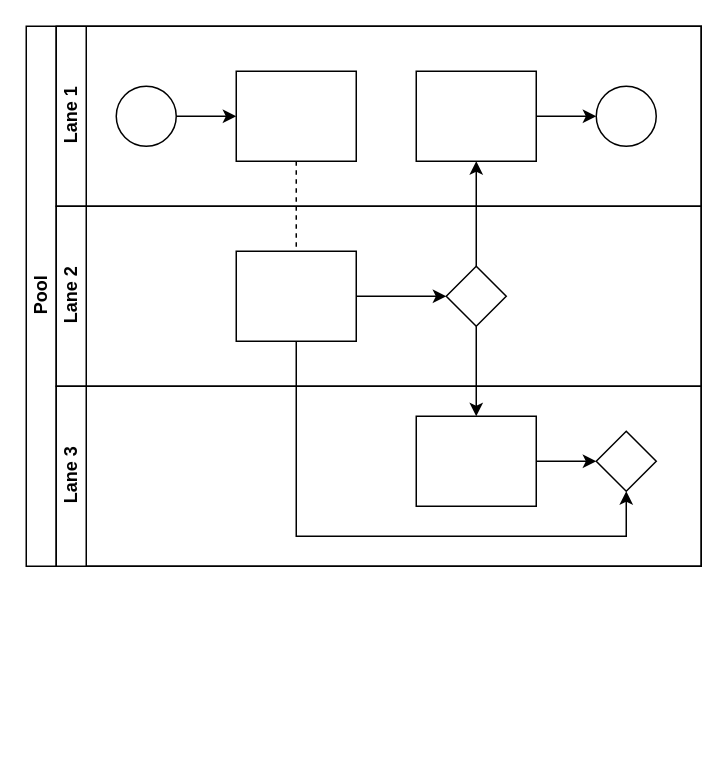
ztfmars/backgroundRemoval keeps this draw.io diagram as page "Page-1" (1 of 2) of 未命名绘图.drawio. Above is the earlier version. Source tidied: cells renumbered, new cells numbered last; positions are measured from the earlier drawing's top-left corner, leaving out a move shared by most shapes. Both pictures are drawn from the tidied source at 150%, with x=0, y=0 at pixel (26, 26).
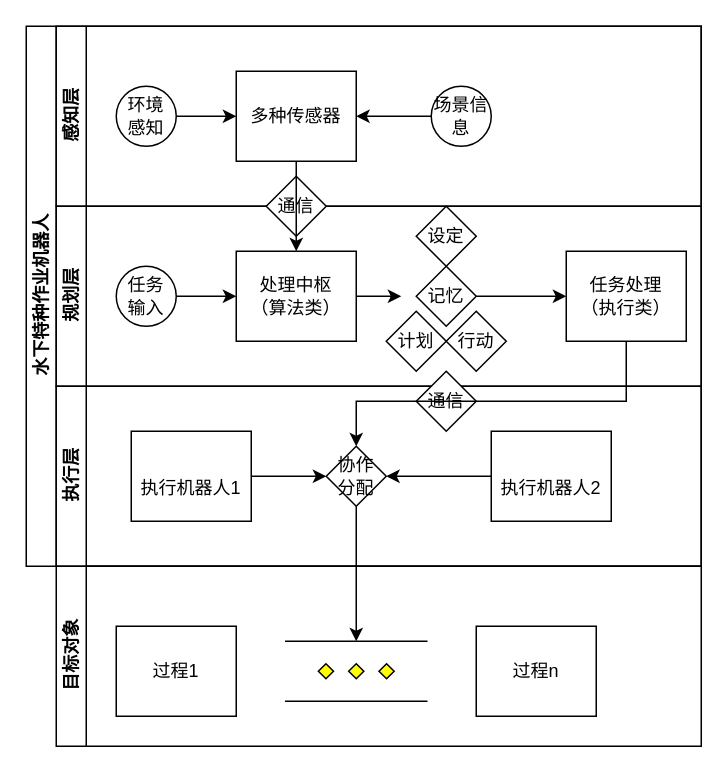
The same page after the edit.

Commit message:
更新未命名绘图.drawio

The edit, as a diff of the source:
```diff
@@
-    <mxCell id="2" value="Pool" style="swimlane;html=1;horizontal=0;startSize=20;" parent="1" vertex="1">
+    <mxCell id="2" value="水下特种作业机器人" style="swimlane;html=1;horizontal=0;startSize=20;" parent="1" vertex="1">
       <mxGeometry width="450" height="360" as="geometry" />
     </mxCell>
-    <mxCell id="3" style="edgeStyle=orthogonalEdgeStyle;rounded=0;jettySize=auto;html=1;dashed=1;endArrow=none;endFill=0;" parent="2" edge="1" source="10" target="16">
-      <mxGeometry relative="1" as="geometry" />
-    </mxCell>
-    <mxCell id="4" style="edgeStyle=orthogonalEdgeStyle;rounded=0;jettySize=auto;html=1;endArrow=classic;endFill=1;" parent="2" edge="1" source="17" target="12">
-      <mxGeometry relative="1" as="geometry" />
-    </mxCell>
-    <mxCell id="5" style="edgeStyle=orthogonalEdgeStyle;rounded=0;jettySize=auto;html=1;endArrow=classic;endFill=1;" parent="2" edge="1" source="17" target="20">
-      <mxGeometry relative="1" as="geometry" />
-    </mxCell>
-    <mxCell id="6" style="edgeStyle=orthogonalEdgeStyle;rounded=0;jettySize=auto;html=1;endArrow=classic;endFill=1;" parent="2" edge="1" source="16" target="21">
-      <mxGeometry relative="1" as="geometry">
-        <Array as="points">
-          <mxPoint x="180" y="340" />
-          <mxPoint x="400" y="340" />
-        </Array>
-      </mxGeometry>
-    </mxCell>
-    <mxCell id="7" value="Lane 1" style="swimlane;html=1;startSize=20;horizontal=0;" parent="2" vertex="1">
+    <mxCell id="7" value="感知层" style="swimlane;html=1;startSize=20;horizontal=0;" parent="2" vertex="1">
       <mxGeometry x="20" width="430" height="120" as="geometry" />
     </mxCell>
@@
-    <mxCell id="9" style="ellipse;whiteSpace=wrap;html=1;" parent="7" vertex="1">
+    <mxCell id="9" value="环境&lt;div&gt;感知&lt;/div&gt;" style="ellipse;whiteSpace=wrap;html=1;" parent="7" vertex="1">
       <mxGeometry x="40" y="40" width="40" height="40" as="geometry" />
     </mxCell>
-    <mxCell id="10" style="rounded=0;whiteSpace=wrap;html=1;fontFamily=Helvetica;fontSize=12;fontColor=#000000;align=center;" parent="7" vertex="1">
+    <mxCell id="10" value="多种传感器" style="rounded=0;whiteSpace=wrap;html=1;fontFamily=Helvetica;fontSize=12;fontColor=#000000;align=center;" parent="7" vertex="1">
       <mxGeometry x="120" y="30" width="80" height="60" as="geometry" />
     </mxCell>
-    <mxCell id="11" style="edgeStyle=orthogonalEdgeStyle;rounded=0;jettySize=auto;html=1;endArrow=classic;endFill=1;" parent="7" edge="1" source="12" target="13">
-      <mxGeometry relative="1" as="geometry" />
-    </mxCell>
-    <mxCell id="12" style="rounded=0;whiteSpace=wrap;html=1;fontFamily=Helvetica;fontSize=12;fontColor=#000000;align=center;" parent="7" vertex="1">
-      <mxGeometry x="240" y="30" width="80" height="60" as="geometry" />
-    </mxCell>
+    <mxCell id="22" style="edgeStyle=orthogonalEdgeStyle;rounded=0;jettySize=auto;html=1;" parent="7" edge="1" source="13" target="10">
+      <mxGeometry relative="1" as="geometry" />
+    </mxCell>
-    <mxCell id="13" style="ellipse;whiteSpace=wrap;html=1;" parent="7" vertex="1">
-      <mxGeometry x="360" y="40" width="40" height="40" as="geometry" />
+    <mxCell id="13" value="场景信息" style="ellipse;whiteSpace=wrap;html=1;" parent="7" vertex="1">
+      <mxGeometry x="250" y="40" width="40" height="40" as="geometry" />
     </mxCell>
-    <mxCell id="14" value="Lane 2" style="swimlane;html=1;startSize=20;horizontal=0;" parent="2" vertex="1">
+    <mxCell id="14" value="规划层" style="swimlane;html=1;startSize=20;horizontal=0;" parent="2" vertex="1">
       <mxGeometry x="20" y="120" width="430" height="120" as="geometry" />
     </mxCell>
-    <mxCell id="15" style="edgeStyle=orthogonalEdgeStyle;rounded=0;jettySize=auto;html=1;endArrow=classic;endFill=1;" parent="14" edge="1" source="16" target="17">
-      <mxGeometry relative="1" as="geometry" />
+    <mxCell id="15" style="edgeStyle=orthogonalEdgeStyle;rounded=0;jettySize=auto;html=1;endArrow=classic;endFill=1;" parent="14" edge="1" source="16">
+      <mxGeometry relative="1" as="geometry">
+        <mxPoint x="230" y="60" as="targetPoint" />
+      </mxGeometry>
     </mxCell>
-    <mxCell id="16" style="rounded=0;whiteSpace=wrap;html=1;fontFamily=Helvetica;fontSize=12;fontColor=#000000;align=center;" parent="14" vertex="1">
+    <mxCell id="16" value="处理中枢&lt;div&gt;（算法类）&lt;/div&gt;" style="rounded=0;whiteSpace=wrap;html=1;fontFamily=Helvetica;fontSize=12;fontColor=#000000;align=center;" parent="14" vertex="1">
       <mxGeometry x="120" y="30" width="80" height="60" as="geometry" />
     </mxCell>
-    <mxCell id="17" style="rhombus;whiteSpace=wrap;html=1;fontFamily=Helvetica;fontSize=12;fontColor=#000000;align=center;" parent="14" vertex="1">
-      <mxGeometry x="260" y="40" width="40" height="40" as="geometry" />
+    <mxCell id="17" value="设定" style="rhombus;whiteSpace=wrap;html=1;fontFamily=Helvetica;fontSize=12;fontColor=#000000;align=center;" parent="14" vertex="1">
+      <mxGeometry x="240" width="40" height="40" as="geometry" />
     </mxCell>
+    <mxCell id="23" style="edgeStyle=orthogonalEdgeStyle;rounded=0;jettySize=auto;html=1;entryX=0;entryY=0.5;entryDx=0;entryDy=0;" parent="14" edge="1" source="24" target="16">
+      <mxGeometry relative="1" as="geometry" />
+    </mxCell>
+    <mxCell id="24" value="任务&lt;div&gt;输入&lt;/div&gt;" style="ellipse;whiteSpace=wrap;html=1;" parent="14" vertex="1">
+      <mxGeometry x="40" y="40" width="40" height="40" as="geometry" />
+    </mxCell>
+    <mxCell id="25" style="edgeStyle=orthogonalEdgeStyle;rounded=0;jettySize=auto;html=1;" parent="14" edge="1" source="26" target="27">
+      <mxGeometry relative="1" as="geometry" />
+    </mxCell>
+    <mxCell id="26" value="记忆" style="rhombus;whiteSpace=wrap;html=1;fontFamily=Helvetica;fontSize=12;fontColor=#000000;align=center;" parent="14" vertex="1">
+      <mxGeometry x="240" y="40" width="40" height="40" as="geometry" />
+    </mxCell>
+    <mxCell id="27" value="任务处理&lt;br&gt;（执行类）" style="rounded=0;whiteSpace=wrap;html=1;fontFamily=Helvetica;fontSize=12;fontColor=#000000;align=center;" parent="14" vertex="1">
+      <mxGeometry x="340" y="30" width="80" height="60" as="geometry" />
+    </mxCell>
+    <mxCell id="28" value="计划" style="rhombus;whiteSpace=wrap;html=1;fontFamily=Helvetica;fontSize=12;fontColor=#000000;align=center;" parent="14" vertex="1">
+      <mxGeometry x="220" y="70" width="40" height="40" as="geometry" />
+    </mxCell>
+    <mxCell id="29" value="行动" style="rhombus;whiteSpace=wrap;html=1;fontFamily=Helvetica;fontSize=12;fontColor=#000000;align=center;" parent="14" vertex="1">
+      <mxGeometry x="260" y="70" width="40" height="40" as="geometry" />
+    </mxCell>
+    <mxCell id="30" value="通信" style="rhombus;whiteSpace=wrap;html=1;fontFamily=Helvetica;fontSize=12;fontColor=#000000;align=center;" parent="14" vertex="1">
+      <mxGeometry x="140" y="-20" width="40" height="40" as="geometry" />
+    </mxCell>
+    <mxCell id="3" style="edgeStyle=orthogonalEdgeStyle;rounded=0;jettySize=auto;html=1;" parent="2" edge="1" source="10" target="16">
+      <mxGeometry relative="1" as="geometry" />
+    </mxCell>
-    <mxCell id="18" value="Lane 3" style="swimlane;html=1;startSize=20;horizontal=0;" parent="2" vertex="1">
+    <mxCell id="18" value="执行层" style="swimlane;html=1;startSize=20;horizontal=0;" parent="2" vertex="1">
       <mxGeometry x="20" y="240" width="430" height="120" as="geometry" />
     </mxCell>
-    <mxCell id="19" style="edgeStyle=orthogonalEdgeStyle;rounded=0;jettySize=auto;html=1;endArrow=classic;endFill=1;" parent="18" edge="1" source="20" target="21">
+    <mxCell id="19" style="edgeStyle=orthogonalEdgeStyle;rounded=0;jettySize=auto;html=1;" parent="18" edge="1" source="20" target="21">
       <mxGeometry relative="1" as="geometry" />
     </mxCell>
-    <mxCell id="20" style="rounded=0;whiteSpace=wrap;html=1;fontFamily=Helvetica;fontSize=12;fontColor=#000000;align=center;" parent="18" vertex="1">
-      <mxGeometry x="240" y="20" width="80" height="60" as="geometry" />
+    <mxCell id="20" value="&lt;br&gt;执行机器人1" style="rounded=0;whiteSpace=wrap;html=1;fontFamily=Helvetica;fontSize=12;fontColor=#000000;align=center;" parent="18" vertex="1">
+      <mxGeometry x="50" y="30" width="80" height="60" as="geometry" />
     </mxCell>
+    <mxCell id="31" style="edgeStyle=orthogonalEdgeStyle;rounded=0;jettySize=auto;html=1;" parent="18" edge="1" source="32" target="21">
+      <mxGeometry relative="1" as="geometry" />
+    </mxCell>
+    <mxCell id="32" value="&lt;br&gt;执行机器人2" style="rounded=0;whiteSpace=wrap;html=1;fontFamily=Helvetica;fontSize=12;fontColor=#000000;align=center;" parent="18" vertex="1">
+      <mxGeometry x="290" y="30" width="80" height="60" as="geometry" />
+    </mxCell>
-    <mxCell id="21" style="rhombus;whiteSpace=wrap;html=1;fontFamily=Helvetica;fontSize=12;fontColor=#000000;align=center;" parent="18" vertex="1">
-      <mxGeometry x="360" y="30" width="40" height="40" as="geometry" />
+    <mxCell id="21" value="协作&lt;div&gt;分配&lt;/div&gt;" style="rhombus;whiteSpace=wrap;html=1;fontFamily=Helvetica;fontSize=12;fontColor=#000000;align=center;" parent="18" vertex="1">
+      <mxGeometry x="180" y="40" width="40" height="40" as="geometry" />
     </mxCell>
+    <mxCell id="33" value="通信" style="rhombus;whiteSpace=wrap;html=1;fontFamily=Helvetica;fontSize=12;fontColor=#000000;align=center;" parent="18" vertex="1">
+      <mxGeometry x="240" y="-10" width="40" height="40" as="geometry" />
+    </mxCell>
+    <mxCell id="34" style="edgeStyle=orthogonalEdgeStyle;rounded=0;jettySize=auto;html=1;exitX=0.5;exitY=1;exitDx=0;exitDy=0;entryX=0.5;entryY=0;entryDx=0;entryDy=0;" parent="2" edge="1" source="27" target="21">
+      <mxGeometry relative="1" as="geometry">
+        <Array as="points">
+          <mxPoint x="400" y="250" />
+          <mxPoint x="220" y="250" />
+        </Array>
+      </mxGeometry>
+    </mxCell>
+    <mxCell id="35" value="目标对象" style="swimlane;html=1;startSize=20;horizontal=0;" parent="1" vertex="1">
+      <mxGeometry x="20" y="360" width="430" height="120" as="geometry" />
+    </mxCell>
+    <mxCell id="36" value="过程1" style="rounded=0;whiteSpace=wrap;html=1;fontFamily=Helvetica;fontSize=12;fontColor=#000000;align=center;" parent="35" vertex="1">
+      <mxGeometry x="40" y="40" width="80" height="60" as="geometry" />
+    </mxCell>
+    <mxCell id="37" value="过程n" style="rounded=0;whiteSpace=wrap;html=1;fontFamily=Helvetica;fontSize=12;fontColor=#000000;align=center;" parent="35" vertex="1">
+      <mxGeometry x="280" y="40" width="80" height="60" as="geometry" />
+    </mxCell>
+    <mxCell id="38" style="verticalLabelPosition=bottom;verticalAlign=top;html=1;shape=mxgraph.flowchart.parallel_mode;" parent="35" vertex="1">
+      <mxGeometry x="152.5" y="50" width="95" height="40" as="geometry" />
+    </mxCell>
+    <mxCell id="39" style="edgeStyle=orthogonalEdgeStyle;rounded=0;jettySize=auto;html=1;" parent="1" edge="1" source="21" target="38">
+      <mxGeometry relative="1" as="geometry" />
+    </mxCell>
```
